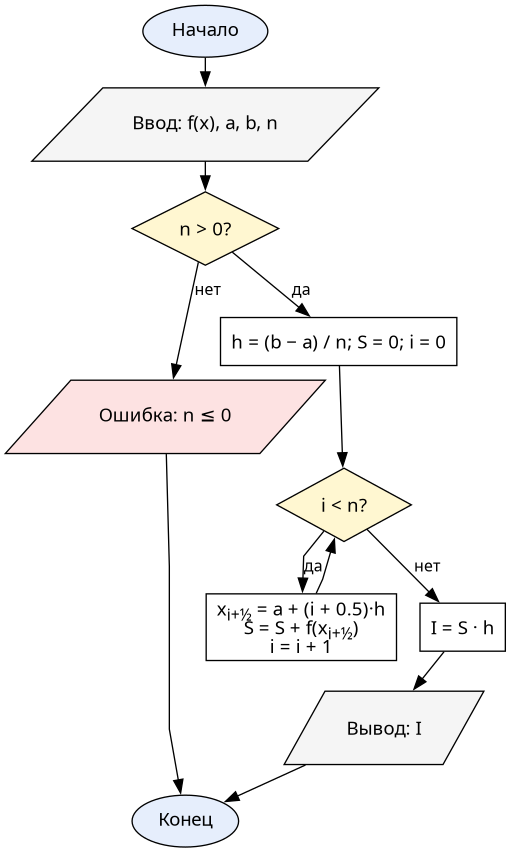
The Graphviz diagram doc/resources/flowcharts/mid_rect.png in Oriptal/calc-math-lab2, before a commit. Its source is kept beside it as doc/resources/flowcharts/mid_rect.dot.
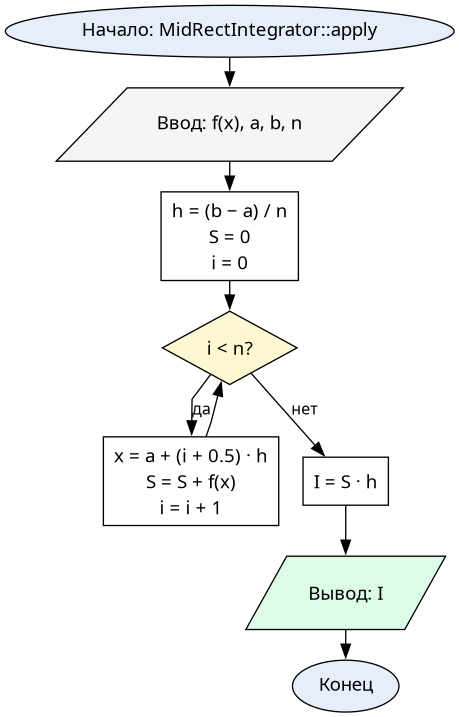
Later version of the same file.

Change to the diagram source:
```diff
@@ -3,22 +3,16 @@
   node  [fontname="CMU Serif", fontsize=14, style="filled", fillcolor="#ffffff", color="#000000"]
   edge  [fontname="CMU Serif", fontsize=12, color="#000000"]
 
-  start [label="Начало", shape=oval, fillcolor="#e6eefc"]
-  input [label="Ввод: f(x), a, b, n", shape=parallelogram, fillcolor="#f5f5f5"]
-  chkN  [label=<n &gt; 0?>, shape=diamond, fillcolor="#fff7d1"]
-  err   [label="Ошибка: n ≤ 0", shape=parallelogram, fillcolor="#fde2e2"]
-  init  [label=<h = (b − a) / n; S = 0; i = 0>, shape=box]
-  loop  [label=<i &lt; n?>, shape=diamond, fillcolor="#fff7d1"]
-  body  [label=<x<SUB>i+½</SUB> = a + (i + 0.5)·h<BR/>S = S + f(x<SUB>i+½</SUB>)<BR/>i = i + 1>, shape=box]
-  mul   [label=<I = S · h>, shape=box]
-  output [label=<Вывод: I>, shape=parallelogram, fillcolor="#f5f5f5"]
+  start  [label="Начало: MidRectIntegrator::apply", shape=oval, fillcolor="#e6eefc"]
+  input  [label="Ввод: f(x), a, b, n", shape=parallelogram, fillcolor="#f5f5f5"]
+  init   [label=<h = (b − a) / n<BR/>S = 0<BR/>i = 0>, shape=box]
+  loop   [label=<i &lt; n?>, shape=diamond, fillcolor="#fff7d1"]
+  body   [label=<x = a + (i + 0.5) · h<BR/>S = S + f(x)<BR/>i = i + 1>, shape=box]
+  mul    [label=<I = S · h>, shape=box]
+  output [label=<Вывод: I>, shape=parallelogram, fillcolor="#dcfce7"]
   stop   [label="Конец", shape=oval, fillcolor="#e6eefc"]
 
-  start -> input -> chkN
-  chkN -> err [label="нет"]
-  err -> stop
-  chkN -> init [label="да"]
-  init -> loop
+  start -> input -> init -> loop
   loop -> body [label="да"]
   body -> loop
   loop -> mul [label="нет"]
```
